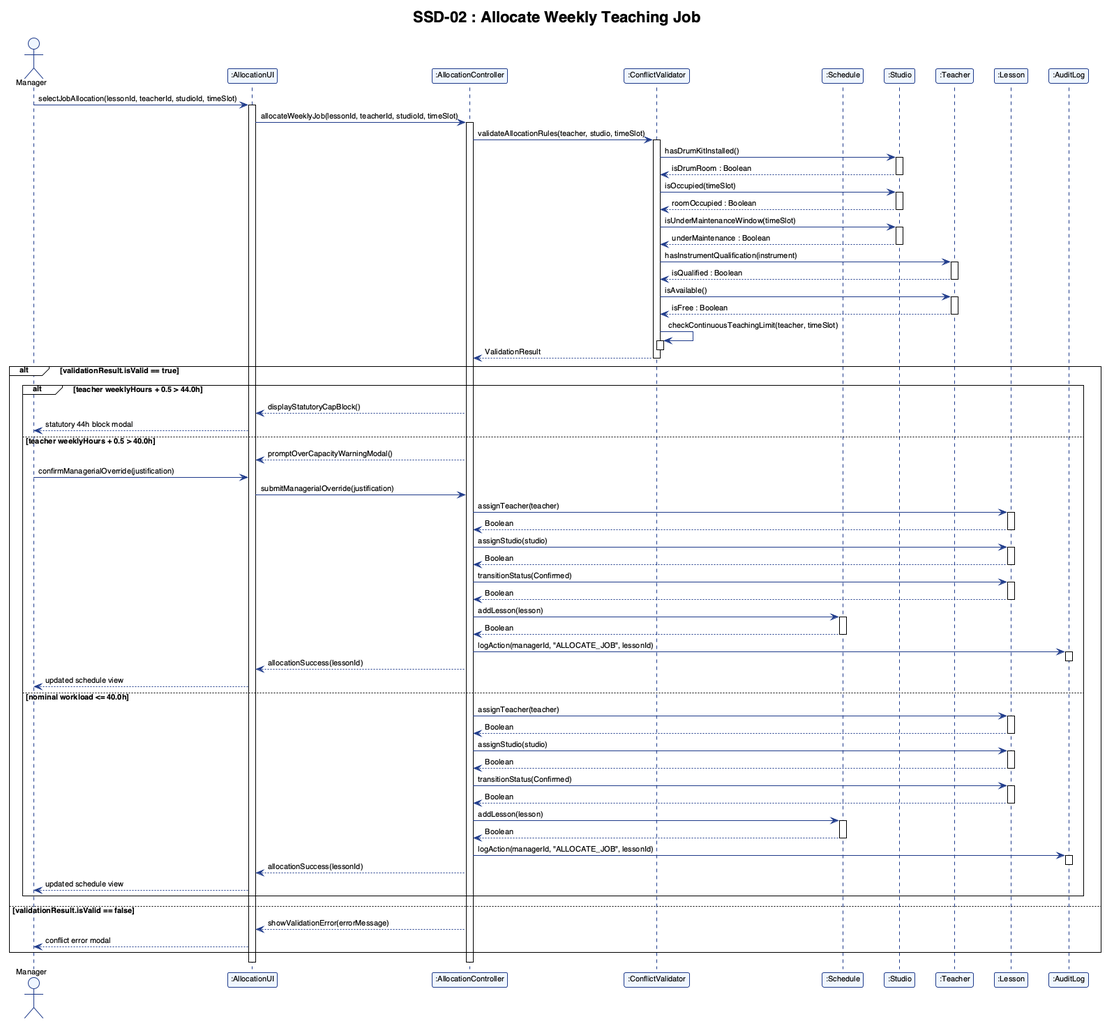
The PlantUML diagram report/assets/ssd_02.png in adoreblvnk/2001temp, before a commit.
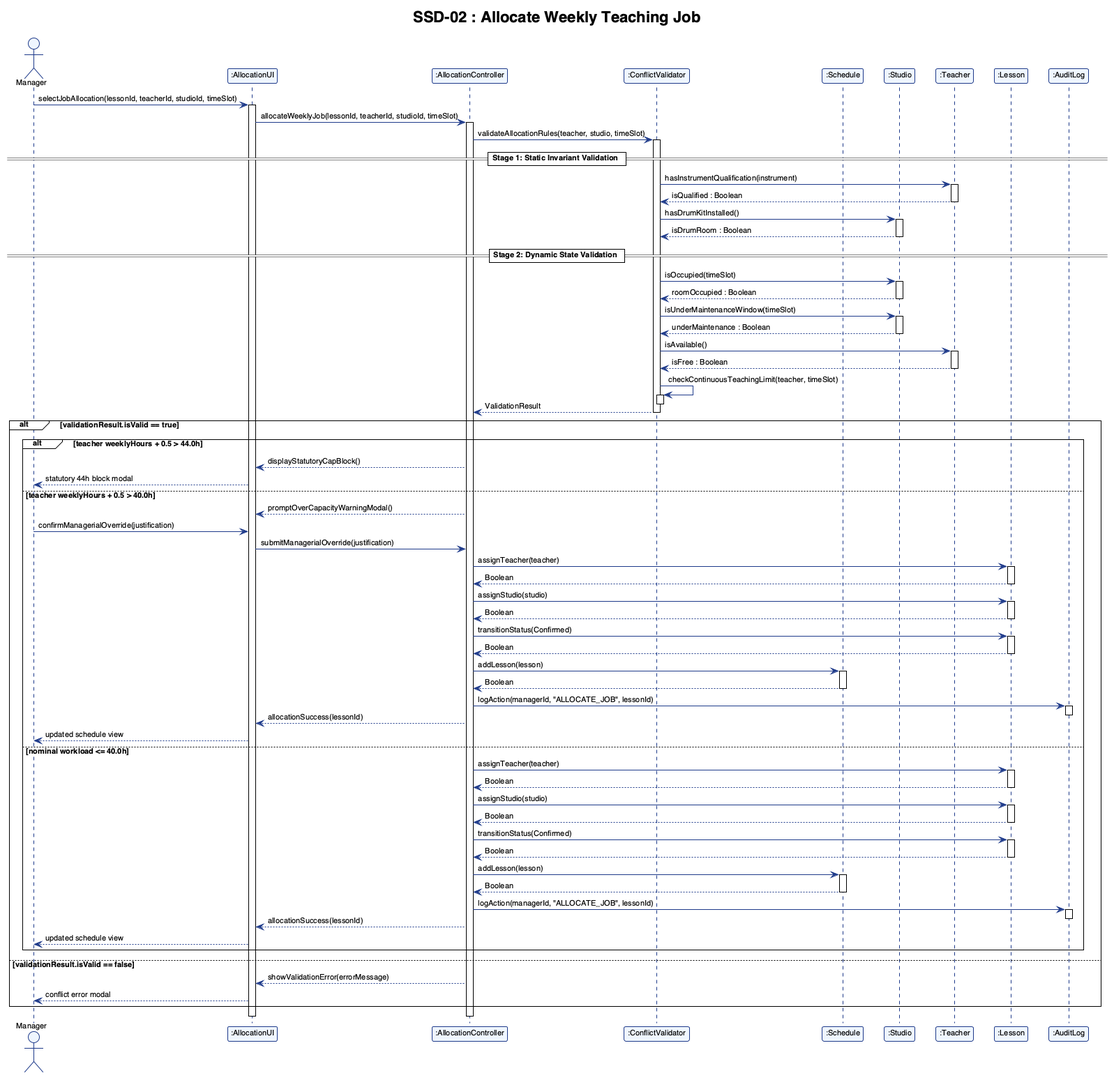
After the change.

Commit message:
fix(constraints): separate static and dynamic constraint evaluation and enforce 44h ceiling upfront

What changed in the source:
```diff
@@ -32,10 +32,18 @@
 
 AC -> CV : validateAllocationRules(teacher, studio, timeSlot)
 activate CV
+
+== Stage 1: Static Invariant Validation ==
+CV -> T : hasInstrumentQualification(instrument)
+activate T
+T --> CV : isQualified : Boolean
+deactivate T
 CV -> St : hasDrumKitInstalled()
 activate St
 St --> CV : isDrumRoom : Boolean
 deactivate St
+
+== Stage 2: Dynamic State Validation ==
 CV -> St : isOccupied(timeSlot)
 activate St
 St --> CV : roomOccupied : Boolean
@@ -44,10 +52,6 @@
 activate St
 St --> CV : underMaintenance : Boolean
 deactivate St
-CV -> T : hasInstrumentQualification(instrument)
-activate T
-T --> CV : isQualified : Boolean
-deactivate T
 CV -> T : isAvailable()
 activate T
 T --> CV : isFree : Boolean
```
